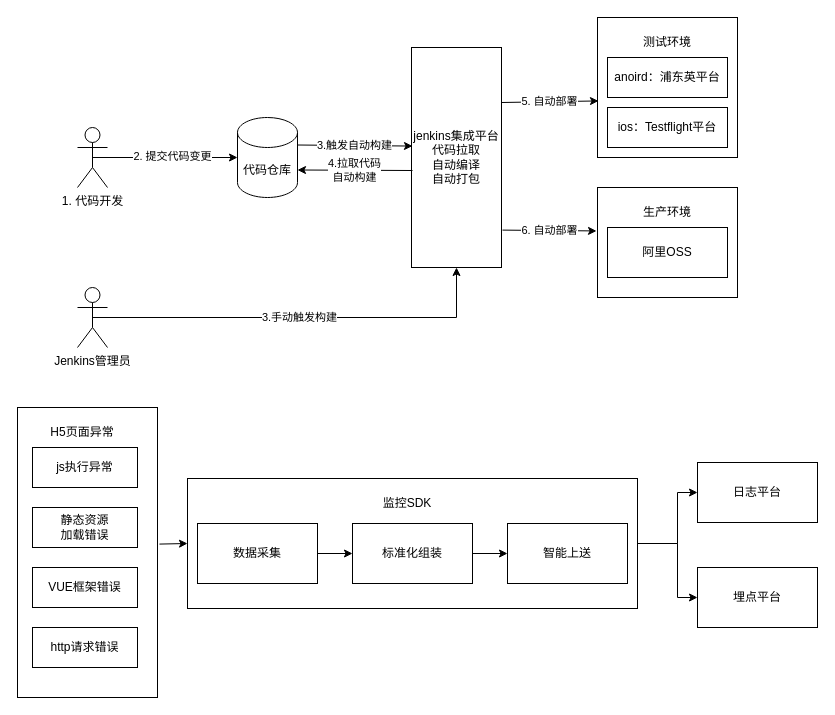
loc1129/uml keeps this draw.io diagram as cicd.drawio. Above is the earlier version. Source tidied: cells renumbered, new cells numbered last; positions are measured from the earlier drawing's top-left corner, leaving out a move shared by most shapes. Both pictures are drawn from the tidied source at 100%, with x=0, y=0 at pixel (17, 17).
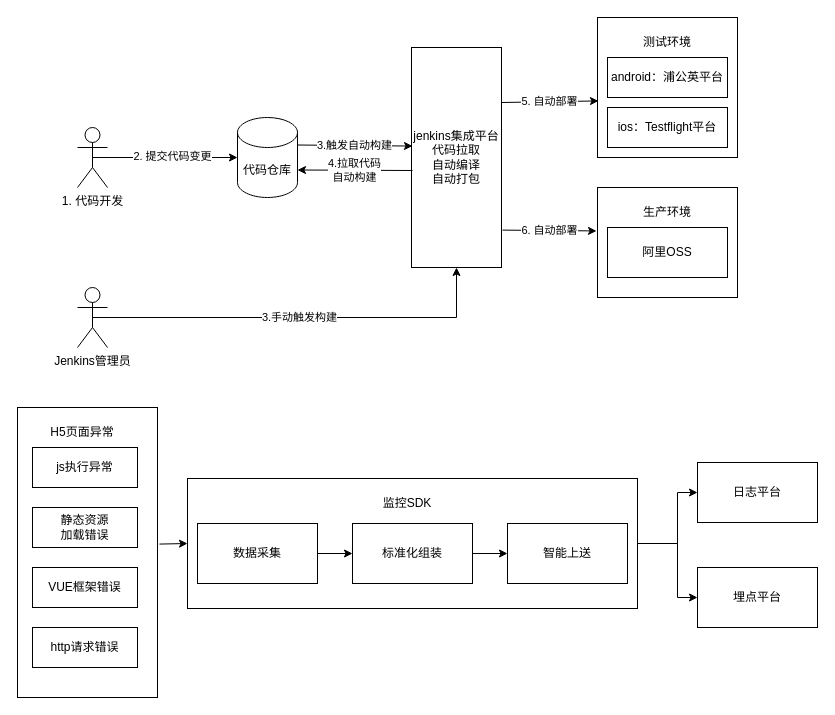
Above is the later version.

Diff of the diagram source:
```diff
@@
-    <mxCell id="14" value="anoird：浦东英平台" style="rounded=0;whiteSpace=wrap;html=1;" parent="1" vertex="1">
+    <mxCell id="14" value="android：浦公英平台" style="rounded=0;whiteSpace=wrap;html=1;" parent="1" vertex="1">
       <mxGeometry x="590" y="40" width="120" height="40" as="geometry" />
     </mxCell>
```
